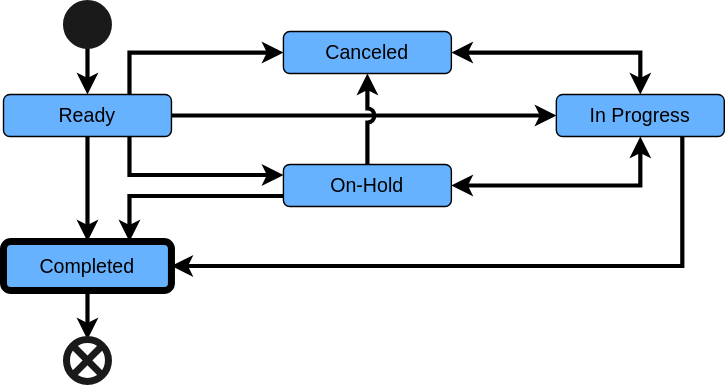
Before: input/images/PatientTaskStateDiagram.svg, a diagram exported from draw.io (HL7/fhir-sdoh-clinicalcare). Source tidied: cells renumbered, new cells last; positions are measured from the earlier drawing's top-left corner, leaving out a move shared by most shapes.
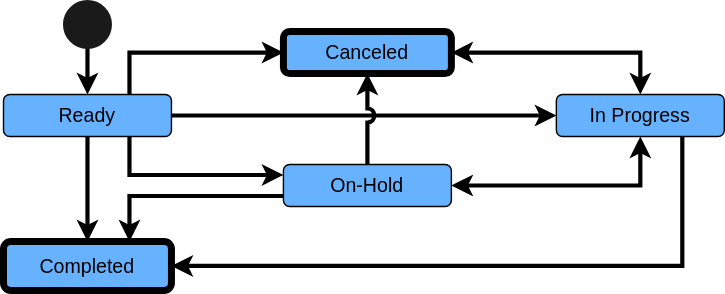
The same diagram one commit later.

The edit, as a diff of the source:
```diff
@@ -5,7 +5,7 @@
     <mxCell id="2" style="edgeStyle=orthogonalEdgeStyle;rounded=0;jumpStyle=arc;jumpSize=6;jettySize=auto;html=1;exitX=1;exitY=0.5;exitDx=0;exitDy=0;fontSize=14;startArrow=classic;startFill=1;entryX=0.5;entryY=0;entryDx=0;entryDy=0;strokeWidth=3;" parent="1" edge="1" source="3" target="10">
       <mxGeometry relative="1" as="geometry" />
     </mxCell>
-    <mxCell id="3" value="&lt;font style=&quot;font-size: 14px;&quot;&gt;Canceled&lt;/font&gt;" style="rounded=1;whiteSpace=wrap;html=1;fillColor=#66B2FF;" parent="1" vertex="1">
+    <mxCell id="3" value="&lt;font style=&quot;font-size: 14px;&quot;&gt;Canceled&lt;/font&gt;" style="rounded=1;whiteSpace=wrap;html=1;fillColor=#66B2FF;strokeWidth=5;" parent="1" vertex="1">
       <mxGeometry x="200" y="20" width="120" height="30" as="geometry" />
     </mxCell>
     <mxCell id="4" style="edgeStyle=orthogonalEdgeStyle;rounded=0;jettySize=auto;html=1;exitX=0.5;exitY=1;exitDx=0;exitDy=0;entryX=0.5;entryY=0;entryDx=0;entryDy=0;fontSize=14;strokeWidth=3;" parent="1" edge="1" source="8" target="17">
@@ -41,14 +41,11 @@
     <mxCell id="14" value="&lt;span style=&quot;font-size: 14px;&quot;&gt;On-Hold&lt;/span&gt;" style="rounded=1;whiteSpace=wrap;html=1;fillColor=#66B2FF;" parent="1" vertex="1">
       <mxGeometry x="200" y="115" width="120" height="30" as="geometry" />
     </mxCell>
-    <mxCell id="15" style="edgeStyle=orthogonalEdgeStyle;rounded=0;jettySize=auto;html=1;exitX=1;exitY=0.5;exitDx=0;exitDy=0;entryX=0;entryY=0.5;entryDx=0;entryDy=0;fontSize=14;strokeWidth=3;" parent="1" edge="1" target="x">
+    <mxCell id="15" style="edgeStyle=orthogonalEdgeStyle;rounded=0;orthogonalLoop=1;jettySize=auto;html=1;exitX=1;exitY=0.5;exitDx=0;exitDy=0;entryX=0;entryY=0.5;entryDx=0;entryDy=0;fontSize=14;strokeWidth=3;" parent="1" edge="1">
       <mxGeometry relative="1" as="geometry">
         <mxPoint x="120" y="90" as="sourcePoint" />
       </mxGeometry>
     </mxCell>
-    <mxCell id="16" style="edgeStyle=orthogonalEdgeStyle;rounded=0;jumpStyle=arc;jumpSize=6;jettySize=auto;html=1;exitX=0.5;exitY=1;exitDx=0;exitDy=0;entryX=0.5;entryY=0;entryDx=0;entryDy=0;fontSize=14;startArrow=none;startFill=0;strokeWidth=3;" parent="1" edge="1" source="17" target="20">
-      <mxGeometry relative="1" as="geometry" />
-    </mxCell>
     <mxCell id="17" value="&lt;span style=&quot;font-size: 14px;&quot;&gt;Completed&lt;/span&gt;" style="rounded=1;whiteSpace=wrap;html=1;fillColor=#66B2FF;strokeWidth=5;" parent="1" vertex="1">
       <mxGeometry y="170" width="120" height="35" as="geometry" />
     </mxCell>
@@ -58,8 +55,5 @@
     <mxCell id="19" style="ellipse;whiteSpace=wrap;html=1;fontSize=14;strokeWidth=5;fillColor=#1A1A1A;strokeColor=#1A1A1A;" parent="1" vertex="1">
       <mxGeometry x="45" width="30" height="30" as="geometry" />
     </mxCell>
-    <mxCell id="20" style="shape=sumEllipse;perimeter=ellipsePerimeter;whiteSpace=wrap;html=1;backgroundOutline=1;fontSize=14;strokeColor=#1A1A1A;strokeWidth=5;fillColor=#FFFFFF;" parent="1" vertex="1">
-      <mxGeometry x="45" y="240" width="30" height="30" as="geometry" />
-    </mxCell>
   </root>
 </mxGraphModel>
```
